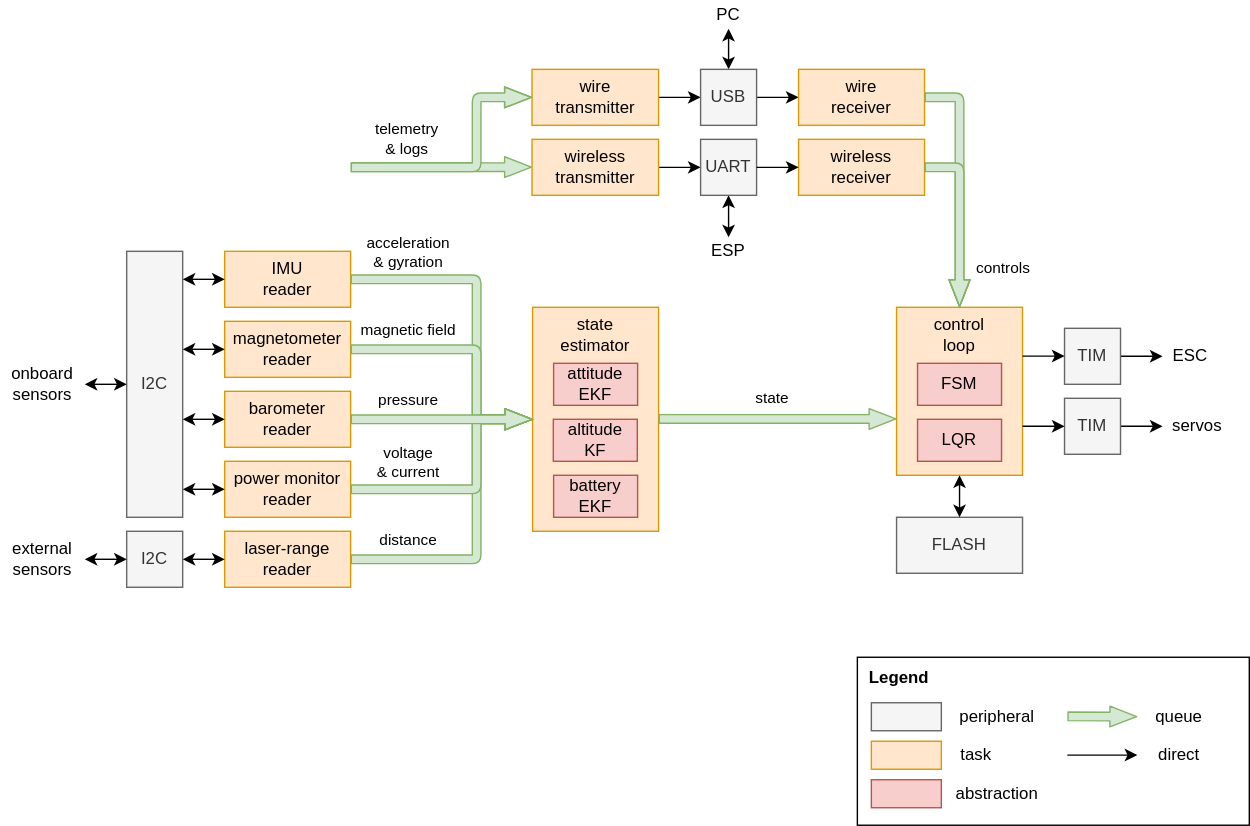
Earlier version of the draw.io export docs/program_architecture.drawio.svg (Eryk-Mozdzen/uav-tvc-goose). Source tidied: cells renumbered, new cells last; positions are measured from the earlier drawing's top-left corner, leaving out a move shared by most shapes.
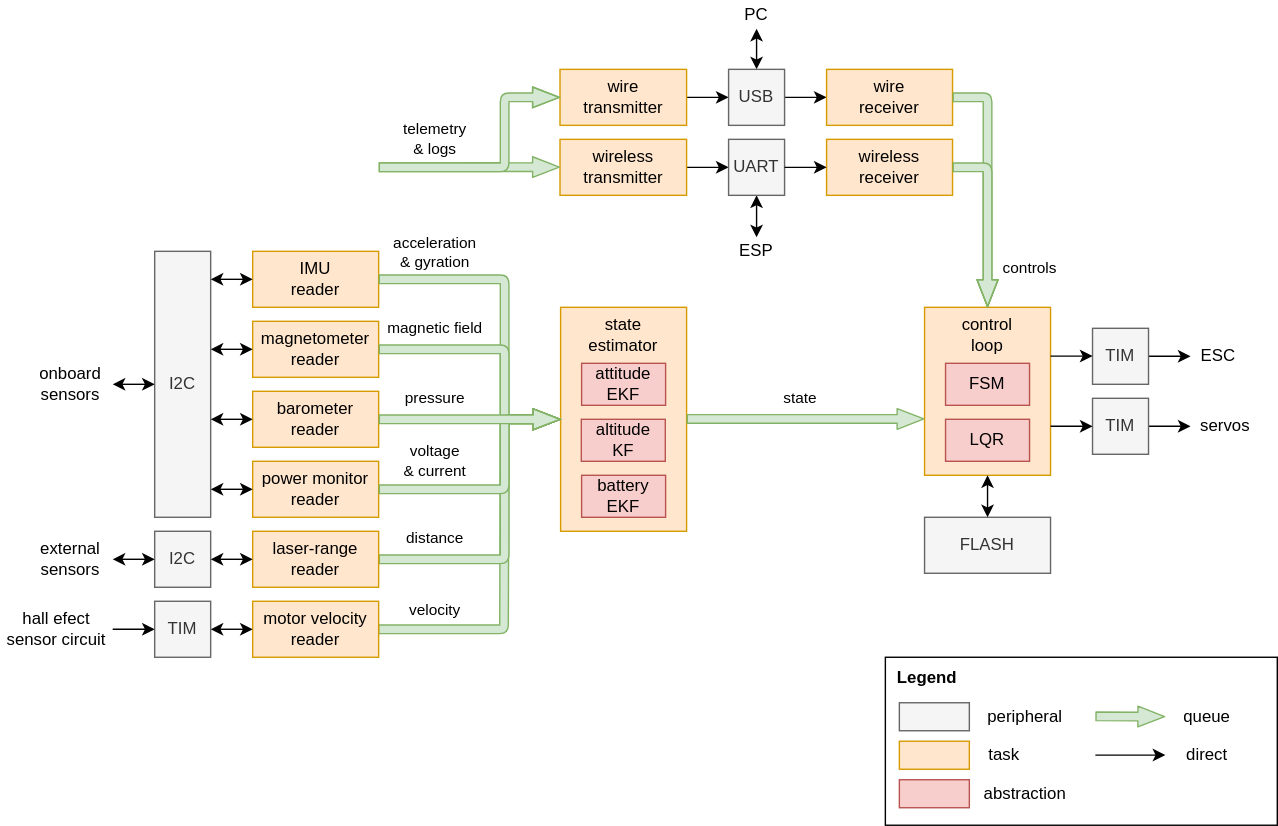
Above is the later version.

Commit message:
add hall to program scheme

Change to the diagram source:
```diff
@@ -2,6 +2,20 @@
   <root>
     <mxCell id="0" />
     <mxCell id="1" parent="0" />
+    <mxCell id="81" style="shape=flexArrow;endArrow=classic;html=1;exitX=1;exitY=0.5;exitDx=0;exitDy=0;width=6.153846153846153;endSize=6.026923076923077;endWidth=7.633136094674557;fillColor=#d5e8d4;strokeColor=#82b366;entryX=0;entryY=0.5;entryDx=0;entryDy=0;" parent="1" edge="1" target="2">
+      <mxGeometry relative="1" as="geometry">
+        <mxPoint x="249.6" y="449" as="sourcePoint" />
+        <Array as="points">
+          <mxPoint x="339.6" y="449" />
+          <mxPoint x="340" y="299" />
+        </Array>
+      </mxGeometry>
+    </mxCell>
+    <mxCell id="82" value="velocity" style="edgeLabel;html=1;align=center;verticalAlign=middle;labelBackgroundColor=none;" parent="81" vertex="1">
+      <mxGeometry x="0.17" relative="1" as="geometry">
+        <mxPoint x="-50" y="59" as="offset" />
+      </mxGeometry>
+    </mxCell>
     <mxCell id="2" style="rounded=0;whiteSpace=wrap;html=1;fillColor=#ffe6cc;strokeColor=#d79b00;" parent="1" vertex="1">
       <mxGeometry x="380" y="219" width="90" height="160" as="geometry" />
     </mxCell>
@@ -322,5 +336,20 @@
         <mxPoint x="-36" y="-15" as="offset" />
       </mxGeometry>
     </mxCell>
+    <mxCell id="83" value="motor velocity&lt;br style=&quot;border-color: var(--border-color);&quot;&gt;reader" style="rounded=0;whiteSpace=wrap;html=1;fillColor=#ffe6cc;strokeColor=#d79b00;" parent="1" vertex="1">
+      <mxGeometry x="160" y="429" width="90" height="40" as="geometry" />
+    </mxCell>
+    <mxCell id="84" value="TIM" style="rounded=0;whiteSpace=wrap;html=1;fillColor=#f5f5f5;strokeColor=#666666;fontColor=#333333;" parent="1" vertex="1">
+      <mxGeometry x="90" y="429" width="40" height="40" as="geometry" />
+    </mxCell>
+    <mxCell id="85" style="endArrow=classic;startArrow=classic;html=1;exitX=1;exitY=0.5;exitDx=0;exitDy=0;entryX=0;entryY=0.5;entryDx=0;entryDy=0;" parent="1" edge="1" source="84" target="83">
+      <mxGeometry relative="1" as="geometry" />
+    </mxCell>
+    <mxCell id="86" value="hall efect&lt;br&gt;sensor circuit" style="text;html=1;strokeColor=none;fillColor=none;align=center;verticalAlign=middle;whiteSpace=wrap;rounded=0;fontColor=#000000;" parent="1" vertex="1">
+      <mxGeometry x="-20" y="434" width="80" height="30" as="geometry" />
+    </mxCell>
+    <mxCell id="87" style="endArrow=classic;html=1;exitX=1;exitY=0.5;exitDx=0;exitDy=0;entryX=0;entryY=0.5;entryDx=0;entryDy=0;" parent="1" edge="1" source="86" target="84">
+      <mxGeometry relative="1" as="geometry" />
+    </mxCell>
   </root>
 </mxGraphModel>
```
